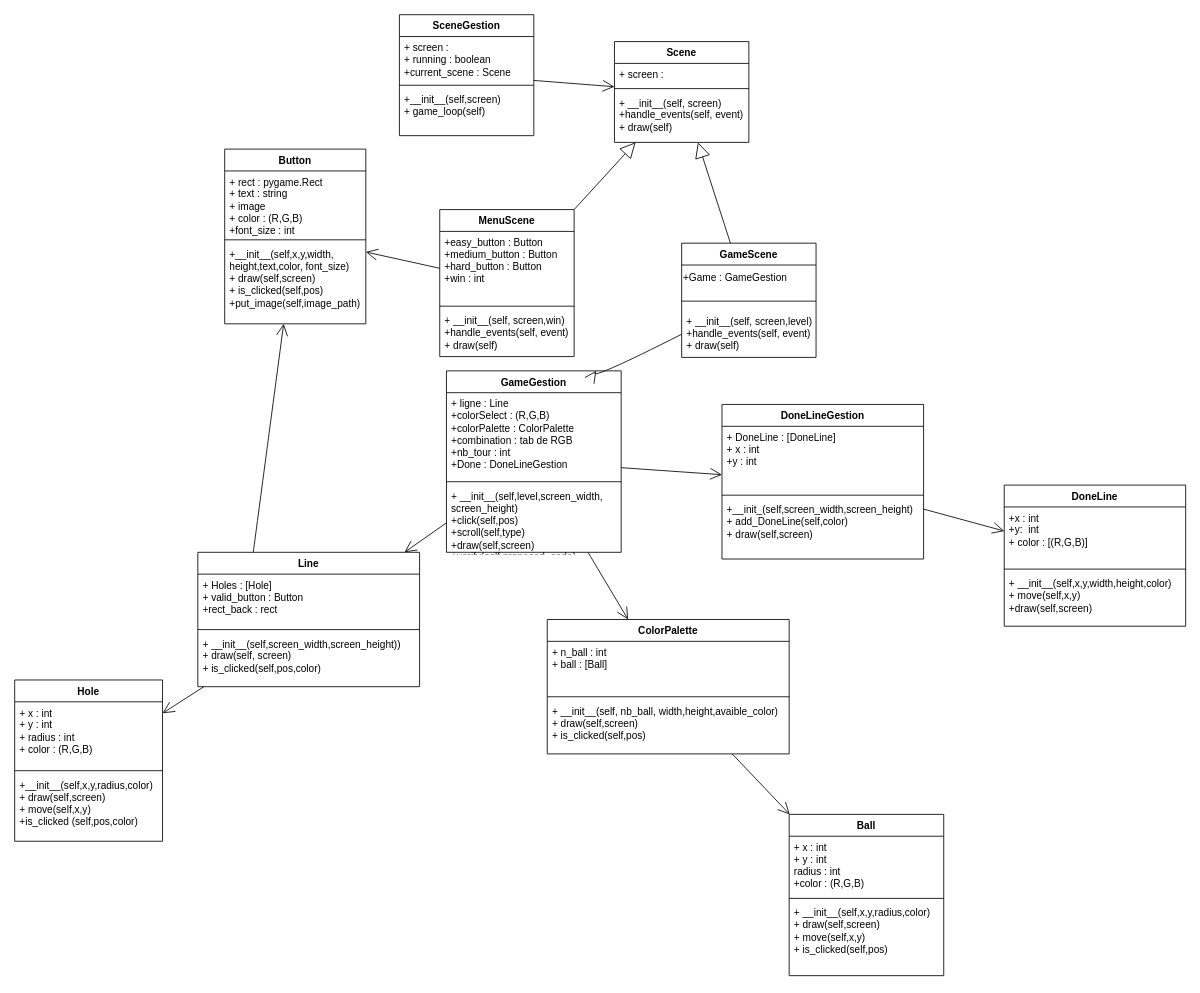
dcr29/mastermind-game keeps this draw.io diagram as UML_mastermind.drawio. Above is the earlier version. Source tidied: cells renumbered, new cells numbered last; positions are measured from the earlier drawing's top-left corner, leaving out a move shared by most shapes. Both pictures are drawn from the tidied source at 84%, with x=0, y=0 at pixel (14, 14).
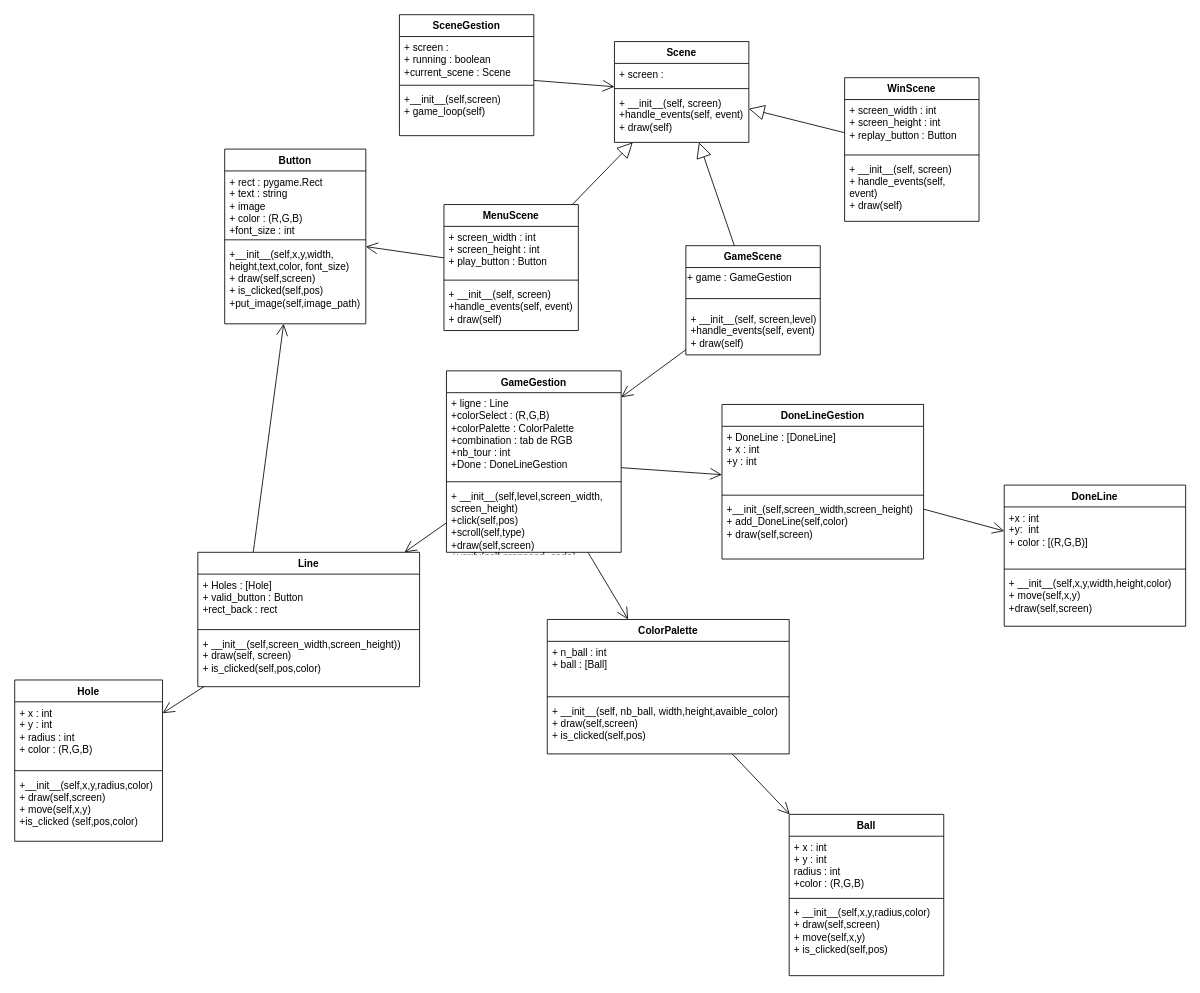
The same page after the edit.

Commit message:
classe WinScene + mise à jour classe MenuScene

The change refers to these unchanged cells:
```xml
<mxCell id="6" value="Scene" style="swimlane;fontStyle=1;align=center;verticalAlign=top;horizontal=1;startSize=26;whiteSpace=wrap;html=1;" parent="1" vertex="1">
  <mxGeometry x="714" y="32" width="160" height="120" as="geometry" />
</mxCell>
<mxCell id="24" value="GameGestion" style="swimlane;fontStyle=1;align=center;verticalAlign=top;horizontal=1;startSize=26;whiteSpace=wrap;html=1;" parent="1" vertex="1">
  <mxGeometry x="514" y="424" width="208" height="216" as="geometry" />
</mxCell>
```

The edit, as a diff of the source:
```diff
@@
     <mxCell id="10" value="MenuScene" style="swimlane;fontStyle=1;align=center;verticalAlign=top;horizontal=1;startSize=26;whiteSpace=wrap;html=1;" parent="1" vertex="1">
-      <mxGeometry x="506" y="232" width="160" height="175" as="geometry" />
+      <mxGeometry x="511" y="226" width="160" height="150" as="geometry" />
     </mxCell>
-    <mxCell id="11" value="+easy_button : Button&lt;div&gt;+medium_button : Button&lt;/div&gt;&lt;div&gt;+hard_button : Button&lt;/div&gt;&lt;div&gt;+win : int&amp;nbsp;&lt;/div&gt;" style="text;strokeColor=none;fillColor=none;align=left;verticalAlign=top;spacingLeft=4;spacingRight=4;overflow=hidden;whiteSpace=wrap;html=1;" parent="10" vertex="1">
-      <mxGeometry y="26" width="160" height="85" as="geometry" />
+    <mxCell id="11" value="&lt;div&gt;+ screen_width : int&lt;/div&gt;&lt;div&gt;+ screen_height : int&lt;/div&gt;&lt;div&gt;+ play_button : Button&lt;/div&gt;" style="text;strokeColor=none;fillColor=none;align=left;verticalAlign=top;spacingLeft=4;spacingRight=4;overflow=hidden;whiteSpace=wrap;html=1;" parent="10" vertex="1">
+      <mxGeometry y="26" width="160" height="60" as="geometry" />
     </mxCell>
     <mxCell id="12" style="line;strokeWidth=1;fillColor=none;align=left;verticalAlign=middle;spacingTop=-1;spacingLeft=3;spacingRight=3;labelPosition=right;strokeColor=inherit;" parent="10" vertex="1">
-      <mxGeometry y="111" width="160" height="8" as="geometry" />
+      <mxGeometry y="86" width="160" height="8" as="geometry" />
     </mxCell>
-    <mxCell id="13" value="+ __init__(self, screen,win)&lt;div&gt;&lt;div&gt;+handle_events(self, event)&lt;/div&gt;&lt;div&gt;+ draw(self)&amp;nbsp;&lt;/div&gt;&lt;/div&gt;" style="text;strokeColor=none;fillColor=none;align=left;verticalAlign=top;spacingLeft=4;spacingRight=4;overflow=hidden;whiteSpace=wrap;html=1;" parent="10" vertex="1">
-      <mxGeometry y="119" width="160" height="56" as="geometry" />
+    <mxCell id="13" value="+ __init__(self, screen)&lt;div&gt;&lt;div&gt;+handle_events(self, event)&lt;/div&gt;&lt;div&gt;+ draw(self)&amp;nbsp;&lt;/div&gt;&lt;/div&gt;" style="text;strokeColor=none;fillColor=none;align=left;verticalAlign=top;spacingLeft=4;spacingRight=4;overflow=hidden;whiteSpace=wrap;html=1;" parent="10" vertex="1">
+      <mxGeometry y="94" width="160" height="56" as="geometry" />
     </mxCell>
     <mxCell id="14" value="GameScene" style="swimlane;fontStyle=1;align=center;verticalAlign=top;horizontal=1;startSize=26;whiteSpace=wrap;html=1;" parent="1" vertex="1">
-      <mxGeometry x="794" y="272" width="160" height="136" as="geometry" />
+      <mxGeometry x="799" y="275" width="160" height="130" as="geometry" />
     </mxCell>
-    <mxCell id="15" value="+Game : GameGestion" style="text;html=1;align=left;verticalAlign=middle;strokeColor=none;fillColor=none;" parent="14" vertex="1">
-      <mxGeometry y="26" width="160" height="32" as="geometry" />
+    <mxCell id="15" value="&lt;div&gt;+ game : GameGestion&lt;/div&gt;" style="text;html=1;align=left;verticalAlign=middle;strokeColor=none;fillColor=none;" parent="14" vertex="1">
+      <mxGeometry y="26" width="160" height="26" as="geometry" />
     </mxCell>
     <mxCell id="16" style="line;strokeWidth=1;fillColor=none;align=left;verticalAlign=middle;spacingTop=-1;spacingLeft=3;spacingRight=3;labelPosition=right;strokeColor=inherit;" parent="14" vertex="1">
-      <mxGeometry y="58" width="160" height="22" as="geometry" />
+      <mxGeometry y="52" width="160" height="22" as="geometry" />
     </mxCell>
     <mxCell id="17" value="+ __init__(self, screen,level)&lt;div&gt;&lt;div&gt;+handle_events(self, event)&lt;/div&gt;&lt;div&gt;+ draw(self)&amp;nbsp;&lt;/div&gt;&lt;/div&gt;" style="text;strokeColor=none;fillColor=none;align=left;verticalAlign=top;spacingLeft=4;spacingRight=4;overflow=hidden;whiteSpace=wrap;html=1;" parent="14" vertex="1">
-      <mxGeometry y="80" width="160" height="56" as="geometry" />
+      <mxGeometry y="74" width="160" height="56" as="geometry" />
     </mxCell>
@@
-    <mxCell id="50" style="endArrow=open;endFill=1;endSize=12;html=1;rounded=0;fontSize=12;curved=1;" parent="1" edge="1" source="14" target="24">
-      <mxGeometry relative="1" as="geometry">
-        <Array as="points">
-          <mxPoint x="684" y="436" />
-        </Array>
-      </mxGeometry>
-    </mxCell>
@@
+    <mxCell id="50" style="endArrow=open;endFill=1;endSize=12;html=1;rounded=0;" parent="1" edge="1" source="14" target="24">
+      <mxGeometry relative="1" as="geometry" />
+    </mxCell>
+    <mxCell id="62" value="WinScene" style="swimlane;fontStyle=1;align=center;verticalAlign=top;horizontal=1;startSize=26;whiteSpace=wrap;html=1;" parent="1" vertex="1">
+      <mxGeometry x="988" y="75" width="160" height="171" as="geometry" />
+    </mxCell>
+    <mxCell id="63" value="&lt;div&gt;+ screen_width : int&lt;/div&gt;&lt;div&gt;+ screen_height : int&lt;/div&gt;&lt;div&gt;+ replay_button : Button&lt;/div&gt;&lt;div&gt;&lt;br&gt;&lt;/div&gt;" style="text;strokeColor=none;fillColor=none;align=left;verticalAlign=top;spacingLeft=4;spacingRight=4;overflow=hidden;whiteSpace=wrap;html=1;" parent="62" vertex="1">
+      <mxGeometry y="26" width="160" height="62" as="geometry" />
+    </mxCell>
+    <mxCell id="64" style="line;strokeWidth=1;fillColor=none;align=left;verticalAlign=middle;spacingTop=-1;spacingLeft=3;spacingRight=3;labelPosition=right;strokeColor=inherit;" parent="62" vertex="1">
+      <mxGeometry y="88" width="160" height="8" as="geometry" />
+    </mxCell>
+    <mxCell id="65" value="&lt;div&gt;+ __init__(self, screen)&lt;/div&gt;&lt;div&gt;+ handle_events(self, event)&lt;/div&gt;&lt;div&gt;+ draw(self)&lt;/div&gt;" style="text;strokeColor=none;fillColor=none;align=left;verticalAlign=top;spacingLeft=4;spacingRight=4;overflow=hidden;whiteSpace=wrap;html=1;" parent="62" vertex="1">
+      <mxGeometry y="96" width="160" height="75" as="geometry" />
+    </mxCell>
+    <mxCell id="66" style="endArrow=block;endSize=16;endFill=0;html=1;rounded=0;" parent="1" edge="1" source="62" target="6">
+      <mxGeometry relative="1" as="geometry" />
+    </mxCell>
```
